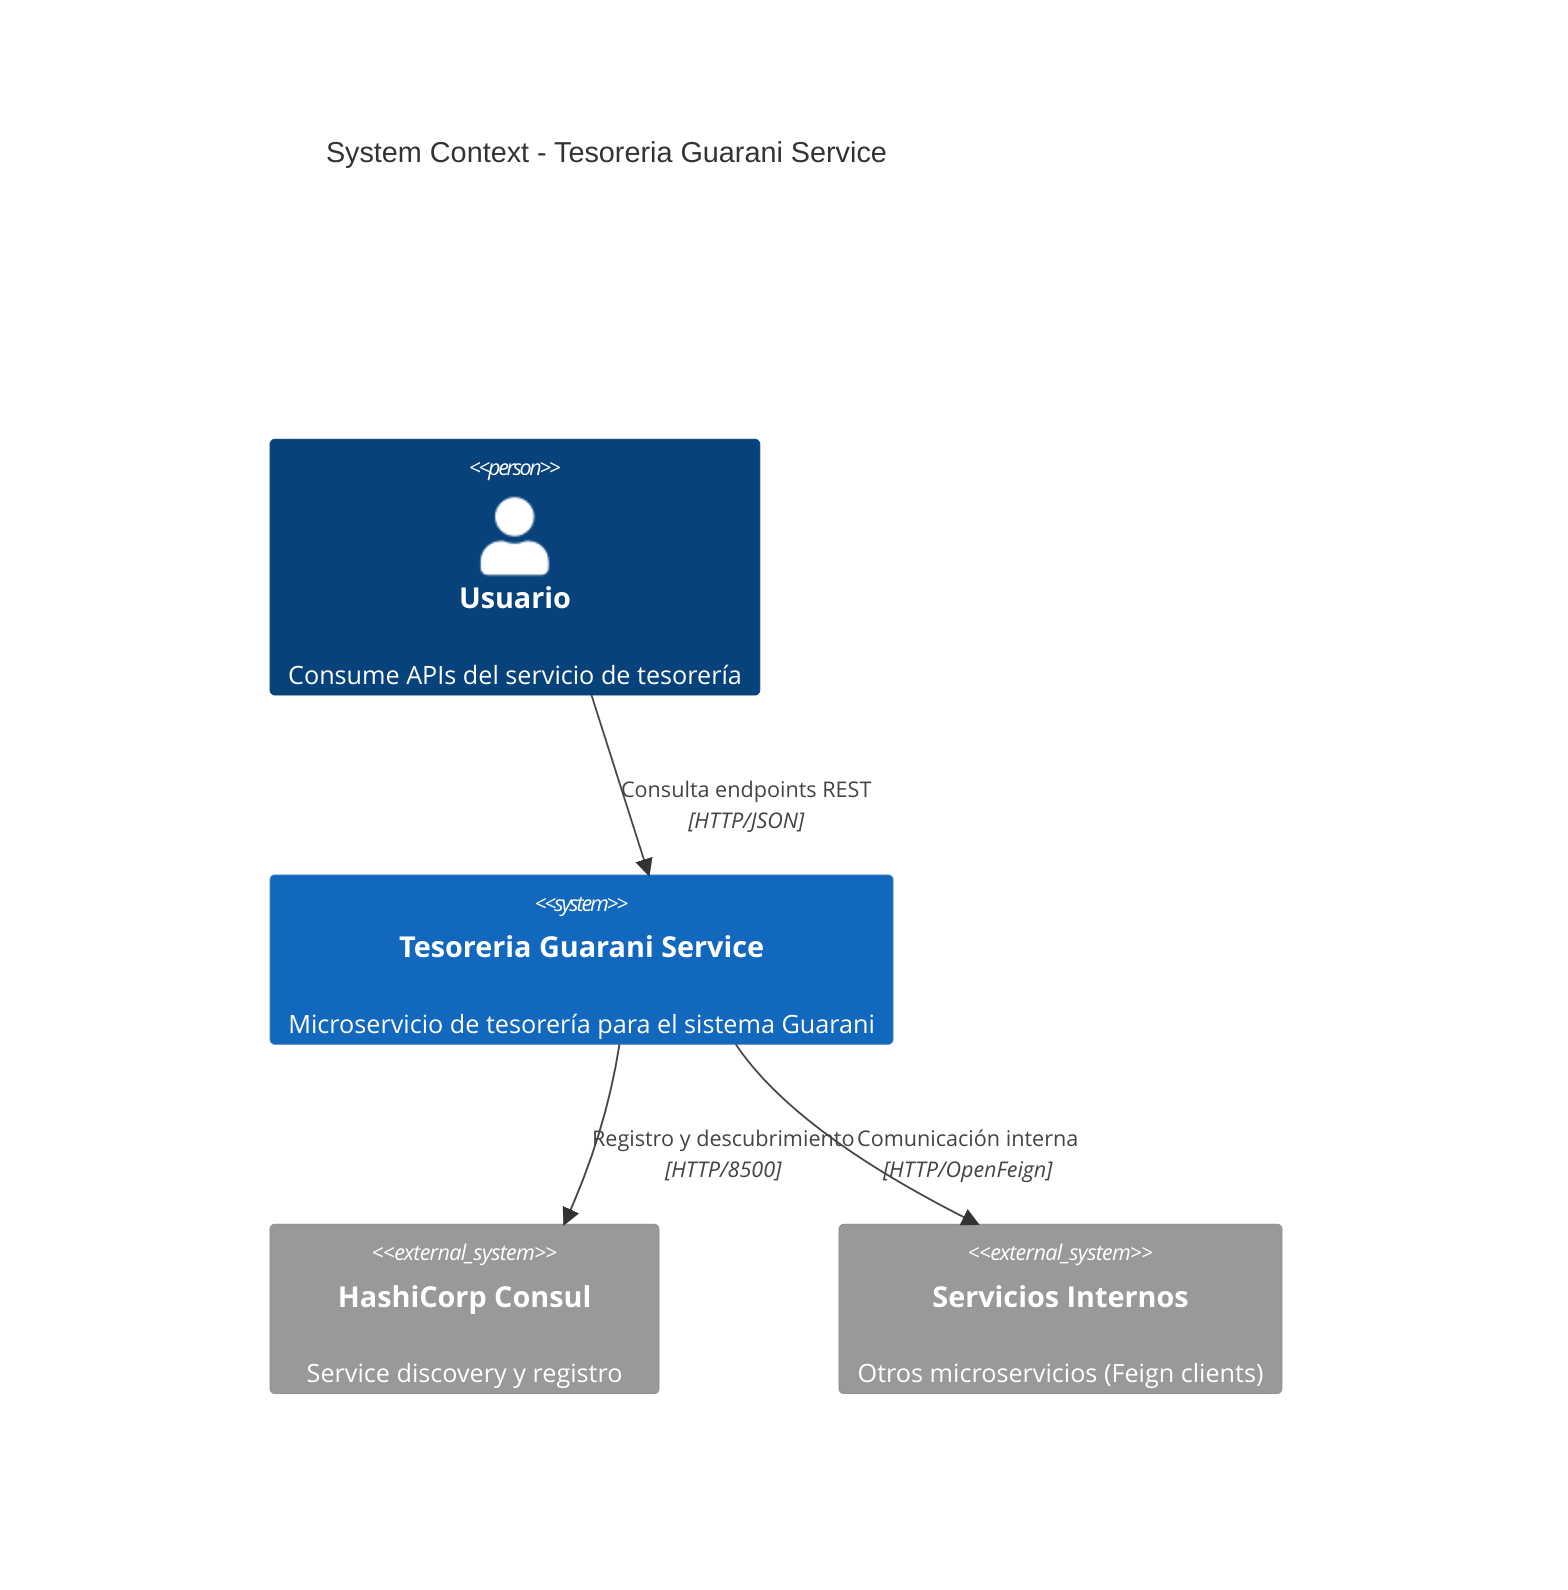
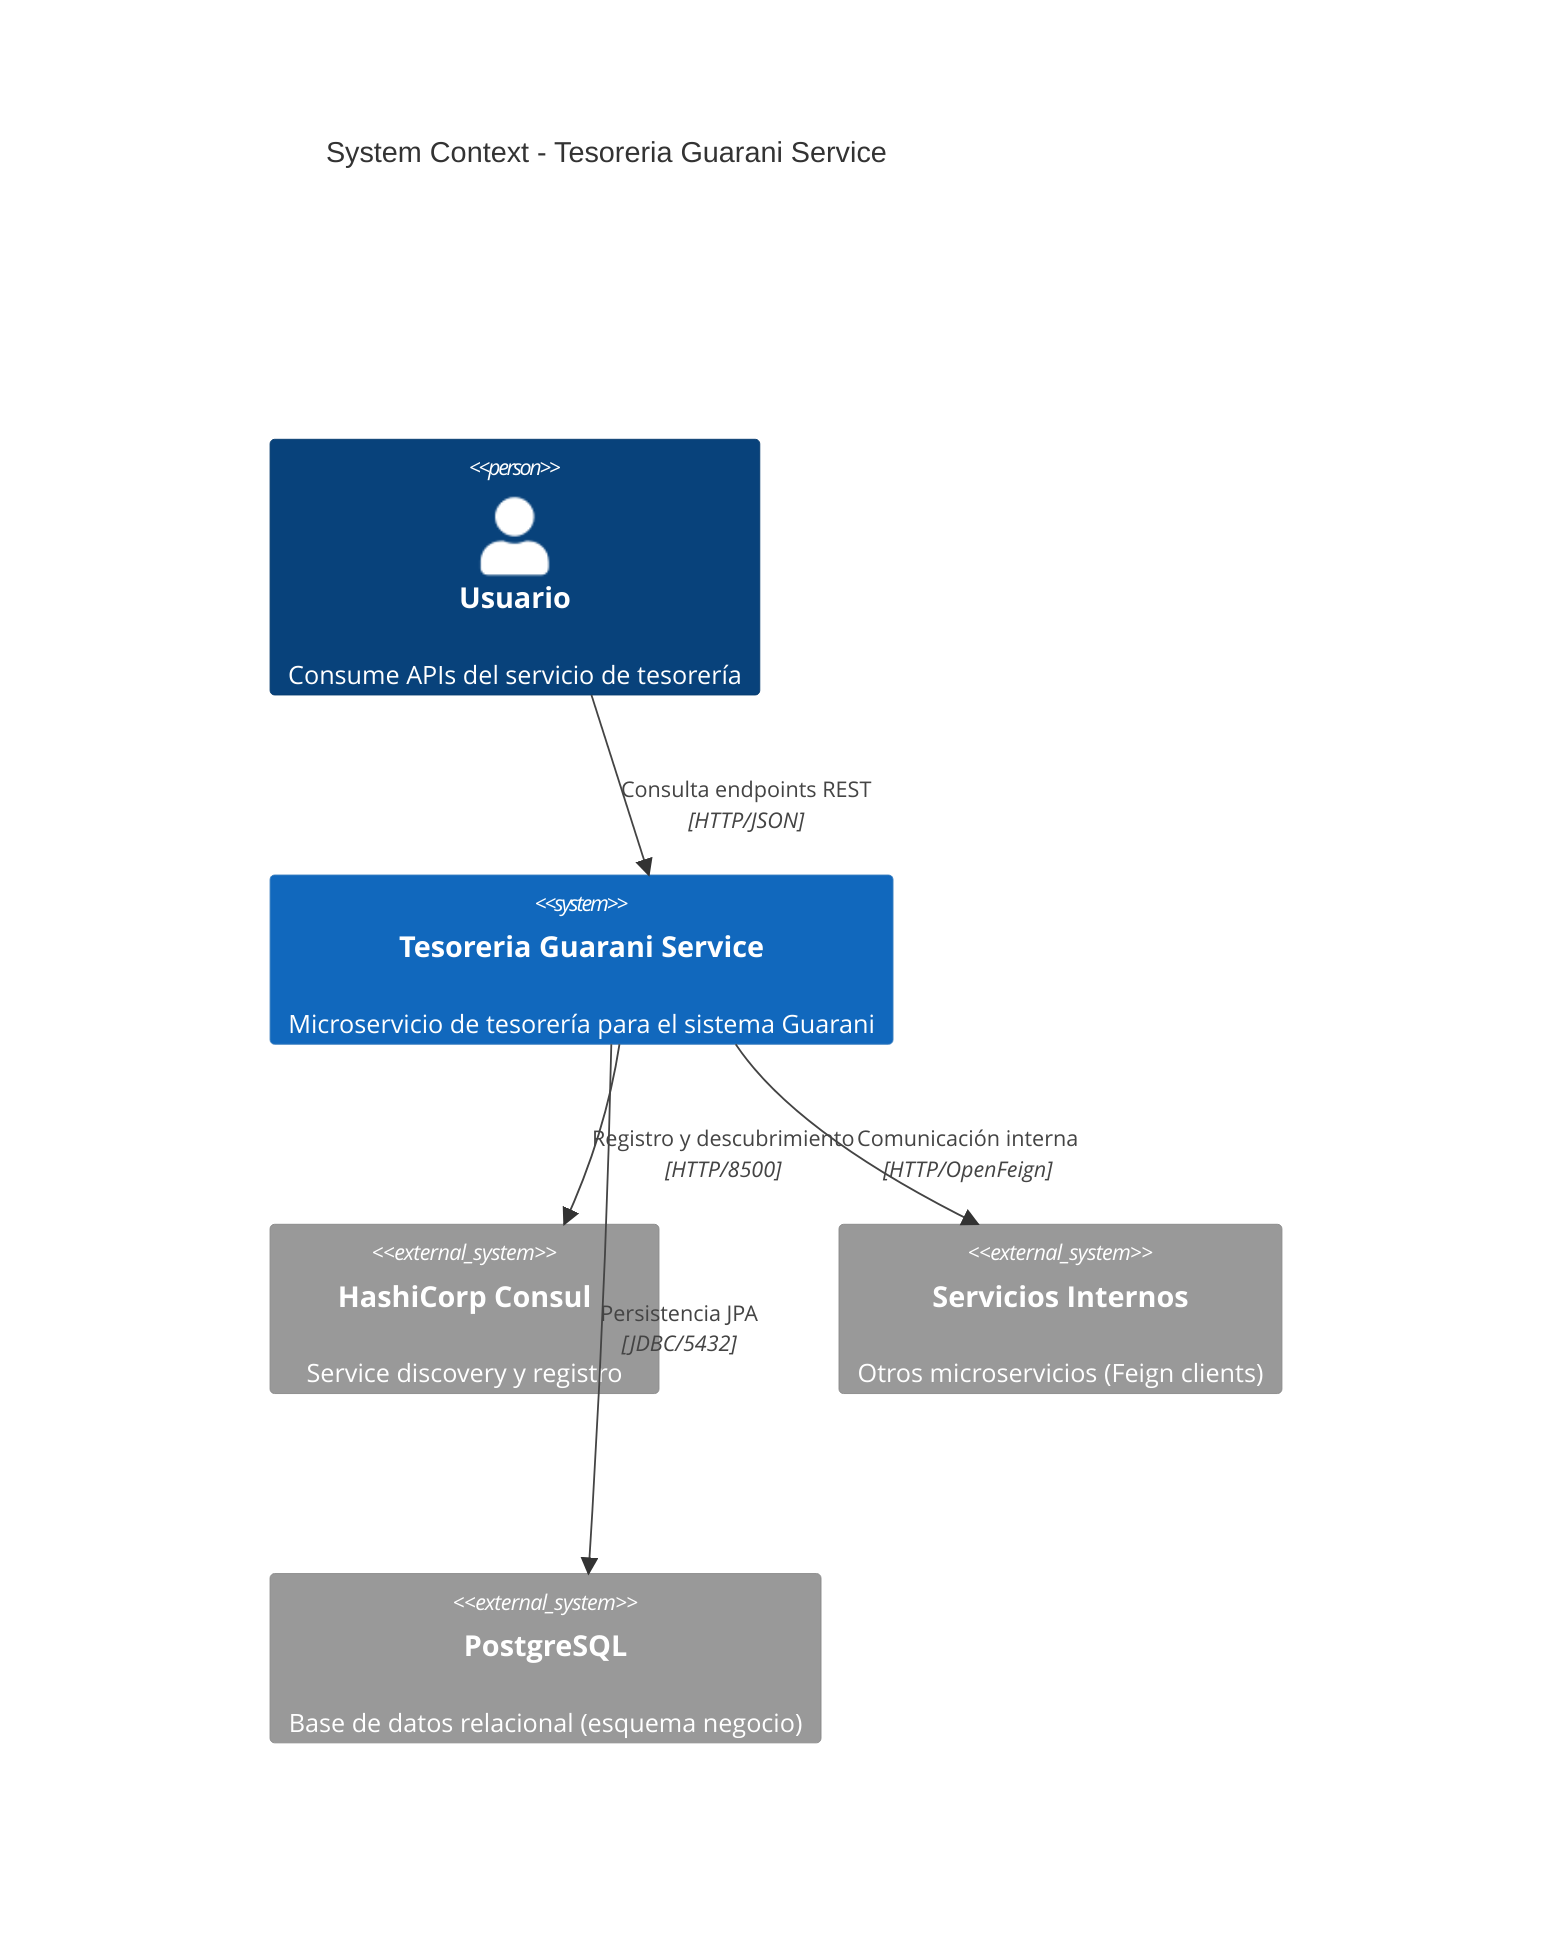
C4Context
    title System Context - Tesoreria Guarani Service

    Person(user, "Usuario", "Consume APIs del servicio de tesorería")

    System(guarani, "Tesoreria Guarani Service", "Microservicio de tesorería para el sistema Guarani")

    System_Ext(consul, "HashiCorp Consul", "Service discovery y registro")
    System_Ext(feign_clients, "Servicios Internos", "Otros microservicios (Feign clients)")
+     System_Ext(postgresql, "PostgreSQL", "Base de datos relacional (esquema negocio)")

    Rel(user, guarani, "Consulta endpoints REST", "HTTP/JSON")
    Rel(guarani, consul, "Registro y descubrimiento", "HTTP/8500")
    Rel(guarani, feign_clients, "Comunicación interna", "HTTP/OpenFeign")
+     Rel(guarani, postgresql, "Persistencia JPA", "JDBC/5432")
